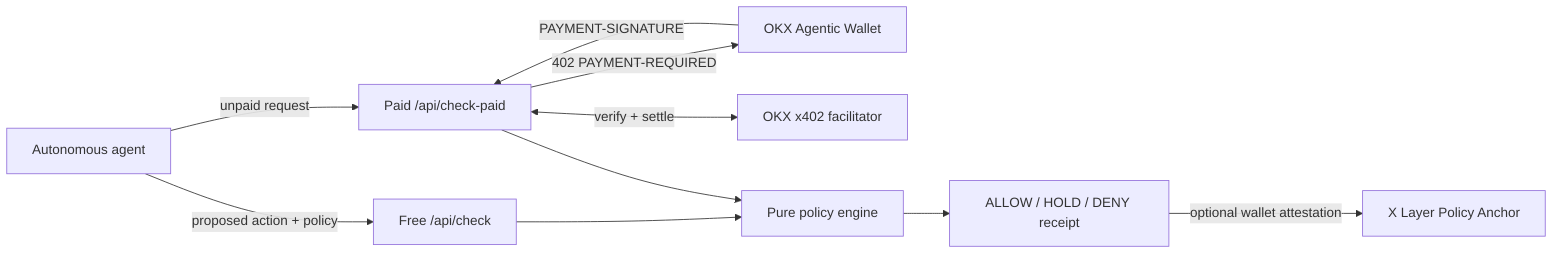
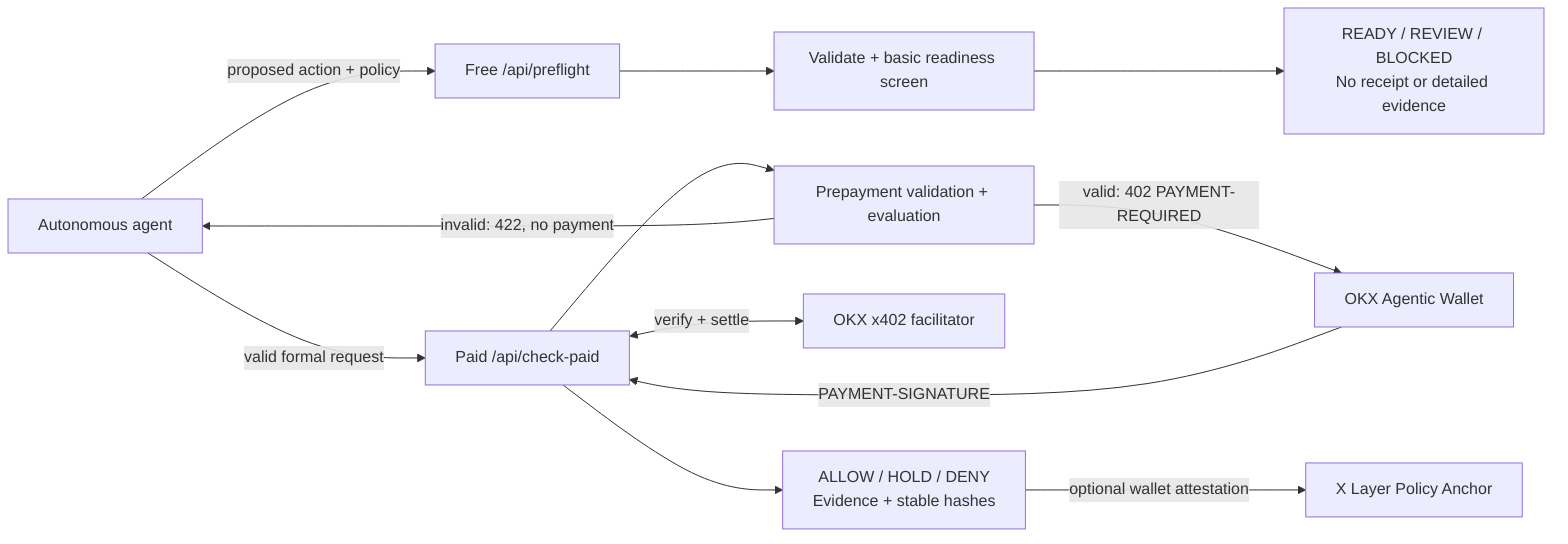
flowchart LR
-   A["Autonomous agent"] -->|"proposed action + policy"| F["Free /api/check"]
-   A -->|"unpaid request"| X["Paid /api/check-paid"]
-   X -->|"402 PAYMENT-REQUIRED"| W["OKX Agentic Wallet"]
+   A["Autonomous agent"] -->|"proposed action + policy"| F["Free /api/preflight"]
+   F --> V["Validate + basic readiness screen"]
+   V --> Q["READY / REVIEW / BLOCKED<br/>No receipt or detailed evidence"]
+   A -->|"valid formal request"| X["Paid /api/check-paid"]
+   X --> P["Prepayment validation + evaluation"]
+   P -->|"invalid: 422, no payment"| A
+   P -->|"valid: 402 PAYMENT-REQUIRED"| W["OKX Agentic Wallet"]
  W -->|"PAYMENT-SIGNATURE"| X
  X <-->|"verify + settle"| O["OKX x402 facilitator"]
-   F --> P["Pure policy engine"]
-   X --> P
-   P --> R["ALLOW / HOLD / DENY receipt"]
+   X --> R["ALLOW / HOLD / DENY<br/>Evidence + stable hashes"]
  R -->|"optional wallet attestation"| C["X Layer Policy Anchor"]
